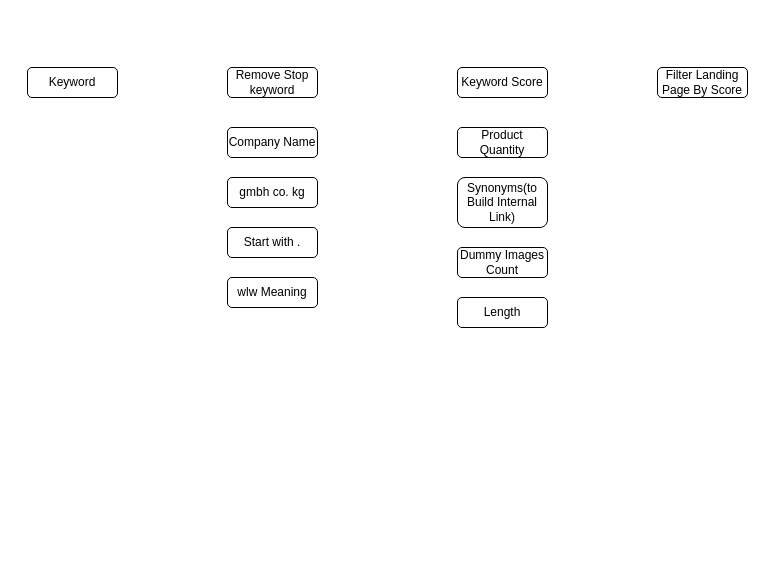
Above: drawio/keywordanalyze.drawio in VisableHarry/seo-drawio (draw.io), before the change. Source tidied: cells renumbered, new cells numbered last; positions are measured from the earlier drawing's top-left corner, leaving out a move shared by most shapes. Both pictures are drawn from the tidied source at 100%, with x=0, y=0 at pixel (27, 67).
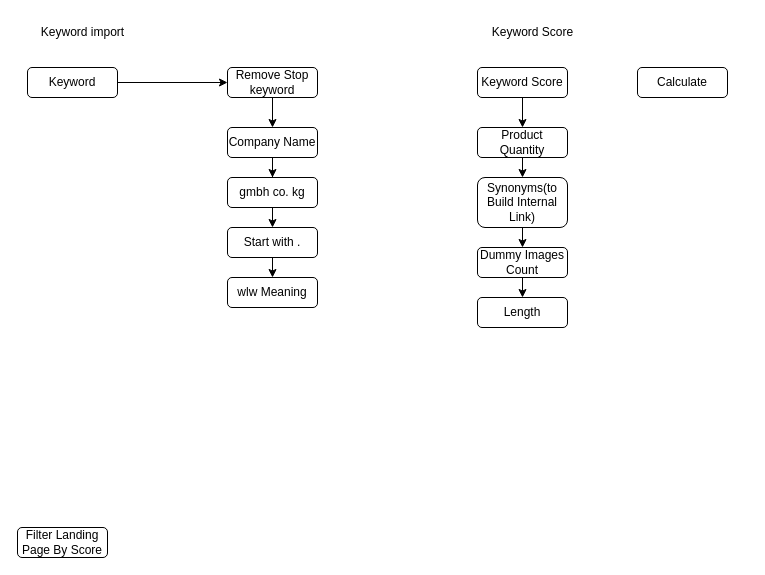
The same page after the edit.

Unchanged cells that the change refers to:
```xml
<mxCell id="2" value="Keyword" style="rounded=1;whiteSpace=wrap;html=1;" parent="1" vertex="1">
  <mxGeometry width="90" height="30" as="geometry" />
</mxCell>
<mxCell id="3" value="Remove Stop keyword" style="rounded=1;whiteSpace=wrap;html=1;" parent="1" vertex="1">
  <mxGeometry x="200" width="90" height="30" as="geometry" />
</mxCell>
<mxCell id="6" value="Company Name" style="rounded=1;whiteSpace=wrap;html=1;" parent="1" vertex="1">
  <mxGeometry x="200" y="60" width="90" height="30" as="geometry" />
</mxCell>
<mxCell id="7" value="gmbh co. kg" style="rounded=1;whiteSpace=wrap;html=1;" parent="1" vertex="1">
  <mxGeometry x="200" y="110" width="90" height="30" as="geometry" />
</mxCell>
<mxCell id="8" value="Start with ." style="rounded=1;whiteSpace=wrap;html=1;" parent="1" vertex="1">
  <mxGeometry x="200" y="160" width="90" height="30" as="geometry" />
</mxCell>
<mxCell id="9" value="wlw Meaning" style="rounded=1;whiteSpace=wrap;html=1;" parent="1" vertex="1">
  <mxGeometry x="200" y="210" width="90" height="30" as="geometry" />
</mxCell>
```

Diff of the diagram source:
```diff
@@
+    <mxCell id="14" style="edgeStyle=orthogonalEdgeStyle;rounded=0;jettySize=auto;html=1;exitX=1;exitY=0.5;exitDx=0;exitDy=0;entryX=0;entryY=0.5;entryDx=0;entryDy=0;" parent="1" edge="1" source="2" target="3">
+      <mxGeometry relative="1" as="geometry" />
+    </mxCell>
@@
+    <mxCell id="15" style="edgeStyle=orthogonalEdgeStyle;rounded=0;jettySize=auto;html=1;exitX=0.5;exitY=1;exitDx=0;exitDy=0;entryX=0.5;entryY=0;entryDx=0;entryDy=0;" parent="1" edge="1" source="3" target="6">
+      <mxGeometry relative="1" as="geometry" />
+    </mxCell>
@@
+    <mxCell id="16" style="edgeStyle=orthogonalEdgeStyle;rounded=0;jettySize=auto;html=1;exitX=0.5;exitY=1;exitDx=0;exitDy=0;entryX=0.5;entryY=0;entryDx=0;entryDy=0;" parent="1" edge="1" source="4" target="10">
+      <mxGeometry relative="1" as="geometry" />
+    </mxCell>
     <mxCell id="4" value="Keyword Score" style="rounded=1;whiteSpace=wrap;html=1;" parent="1" vertex="1">
-      <mxGeometry x="430" width="90" height="30" as="geometry" />
+      <mxGeometry x="450" width="90" height="30" as="geometry" />
     </mxCell>
     <mxCell id="5" value="Filter Landing Page By Score" style="rounded=1;whiteSpace=wrap;html=1;" parent="1" vertex="1">
-      <mxGeometry x="630" width="90" height="30" as="geometry" />
+      <mxGeometry x="-10" y="460" width="90" height="30" as="geometry" />
     </mxCell>
+    <mxCell id="17" style="edgeStyle=orthogonalEdgeStyle;rounded=0;jettySize=auto;html=1;exitX=0.5;exitY=1;exitDx=0;exitDy=0;" parent="1" edge="1" source="6" target="7">
+      <mxGeometry relative="1" as="geometry" />
+    </mxCell>
@@
+    <mxCell id="18" style="edgeStyle=orthogonalEdgeStyle;rounded=0;jettySize=auto;html=1;exitX=0.5;exitY=1;exitDx=0;exitDy=0;entryX=0.5;entryY=0;entryDx=0;entryDy=0;" parent="1" edge="1" source="7" target="8">
+      <mxGeometry relative="1" as="geometry" />
+    </mxCell>
@@
+    <mxCell id="19" style="edgeStyle=orthogonalEdgeStyle;rounded=0;jettySize=auto;html=1;exitX=0.5;exitY=1;exitDx=0;exitDy=0;entryX=0.5;entryY=0;entryDx=0;entryDy=0;" parent="1" edge="1" source="8" target="9">
+      <mxGeometry relative="1" as="geometry" />
+    </mxCell>
@@
+    <mxCell id="20" style="edgeStyle=orthogonalEdgeStyle;rounded=0;jettySize=auto;html=1;exitX=0.5;exitY=1;exitDx=0;exitDy=0;entryX=0.5;entryY=0;entryDx=0;entryDy=0;" parent="1" edge="1" source="10" target="11">
+      <mxGeometry relative="1" as="geometry" />
+    </mxCell>
     <mxCell id="10" value="Product Quantity" style="rounded=1;whiteSpace=wrap;html=1;" parent="1" vertex="1">
-      <mxGeometry x="430" y="60" width="90" height="30" as="geometry" />
+      <mxGeometry x="450" y="60" width="90" height="30" as="geometry" />
     </mxCell>
+    <mxCell id="21" style="edgeStyle=orthogonalEdgeStyle;rounded=0;jettySize=auto;html=1;exitX=0.5;exitY=1;exitDx=0;exitDy=0;entryX=0.5;entryY=0;entryDx=0;entryDy=0;" parent="1" edge="1" source="11" target="12">
+      <mxGeometry relative="1" as="geometry" />
+    </mxCell>
     <mxCell id="11" value="Synonyms(to Build Internal Link)" style="rounded=1;whiteSpace=wrap;html=1;" parent="1" vertex="1">
-      <mxGeometry x="430" y="110" width="90" height="50" as="geometry" />
+      <mxGeometry x="450" y="110" width="90" height="50" as="geometry" />
     </mxCell>
+    <mxCell id="22" style="edgeStyle=orthogonalEdgeStyle;rounded=0;jettySize=auto;html=1;exitX=0.5;exitY=1;exitDx=0;exitDy=0;entryX=0.5;entryY=0;entryDx=0;entryDy=0;" parent="1" edge="1" source="12" target="13">
+      <mxGeometry relative="1" as="geometry" />
+    </mxCell>
     <mxCell id="12" value="Dummy Images Count" style="rounded=1;whiteSpace=wrap;html=1;" parent="1" vertex="1">
-      <mxGeometry x="430" y="180" width="90" height="30" as="geometry" />
+      <mxGeometry x="450" y="180" width="90" height="30" as="geometry" />
     </mxCell>
     <mxCell id="13" value="Length" style="rounded=1;whiteSpace=wrap;html=1;" parent="1" vertex="1">
-      <mxGeometry x="430" y="230" width="90" height="30" as="geometry" />
+      <mxGeometry x="450" y="230" width="90" height="30" as="geometry" />
     </mxCell>
+    <mxCell id="23" value="Keyword import" style="text;html=1;align=center;verticalAlign=middle;strokeColor=none;fillColor=none;" parent="1" vertex="1">
+      <mxGeometry y="-50" width="110" height="30" as="geometry" />
+    </mxCell>
+    <mxCell id="24" value="Keyword Score" style="text;html=1;align=center;verticalAlign=middle;strokeColor=none;fillColor=none;" parent="1" vertex="1">
+      <mxGeometry x="455" y="-50" width="100" height="30" as="geometry" />
+    </mxCell>
+    <mxCell id="25" value="Calculate" style="rounded=1;whiteSpace=wrap;html=1;" parent="1" vertex="1">
+      <mxGeometry x="610" width="90" height="30" as="geometry" />
+    </mxCell>
```
